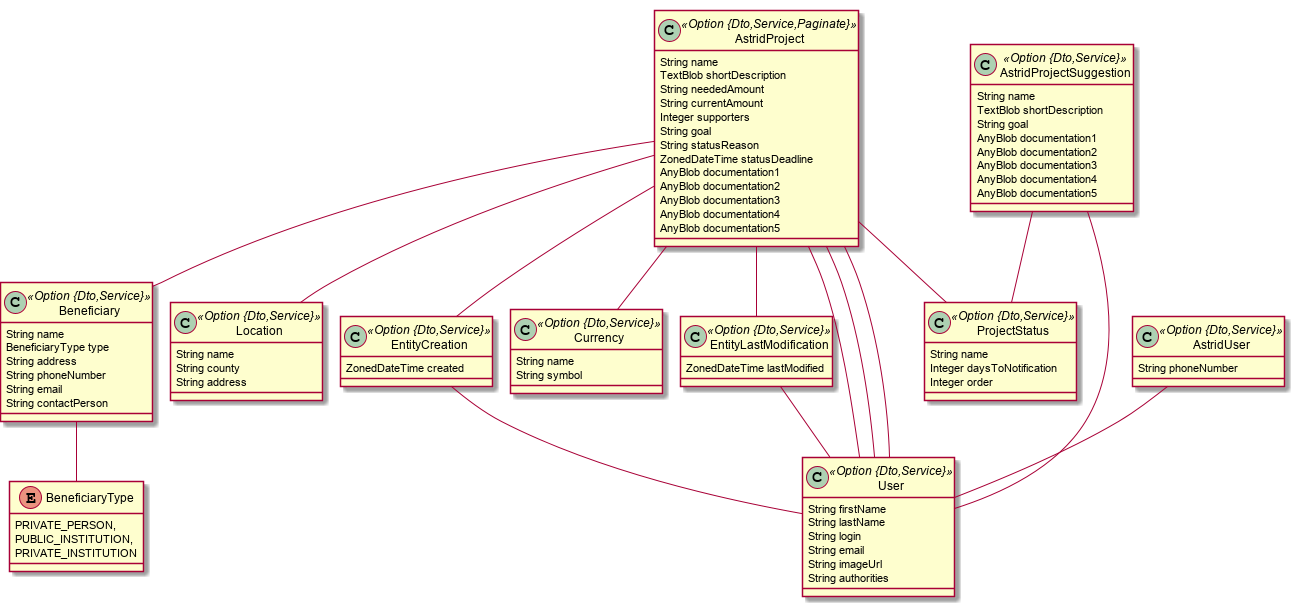
Earlier version of the PlantUML export astrid-diaspora.png (popica14/astrid-diaspora).
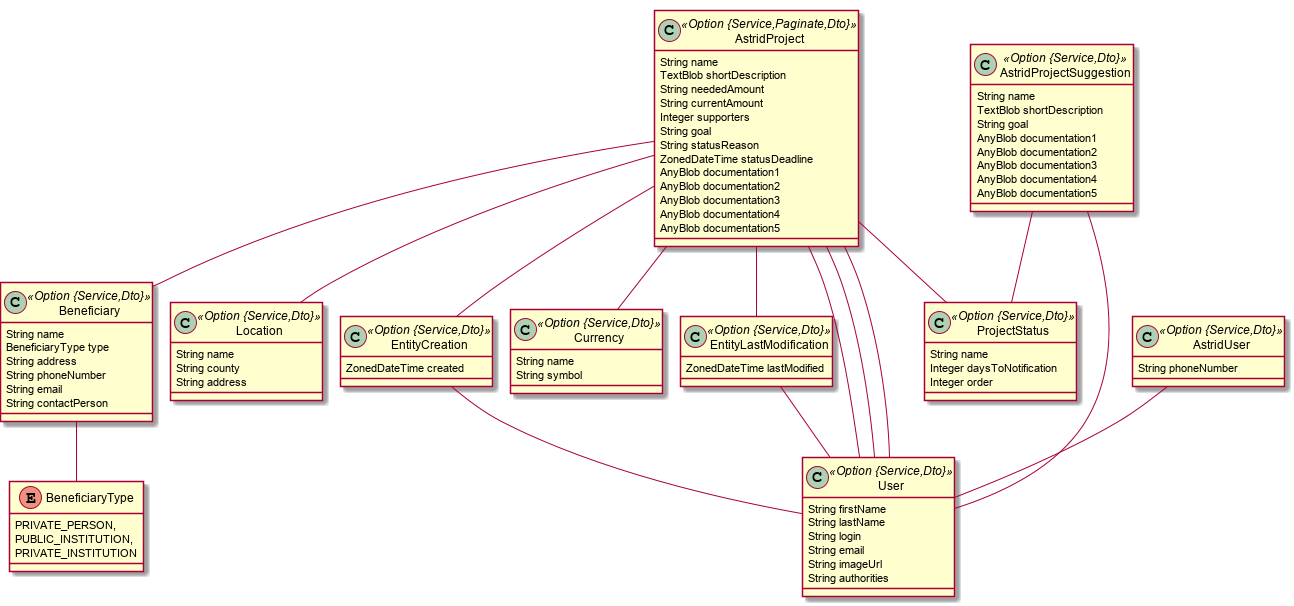
Later version of the same file.

Diff of the diagram source:
```diff
@@ -1,7 +1,7 @@
 @startuml
 	!pragma graphviz_dot jdot
 	!pragma syntax class
-	class AstridProject <<Option {Dto,Service,Paginate}>> {
+	class AstridProject <<Option {Service,Paginate,Dto}>> {
 		String name
 		TextBlob shortDescription
 		String neededAmount
@@ -16,7 +16,7 @@
 		AnyBlob documentation4
 		AnyBlob documentation5
 	}
-	class AstridProjectSuggestion <<Option {Dto,Service}>> {
+	class AstridProjectSuggestion <<Option {Service,Dto}>> {
 		String name
 		TextBlob shortDescription
 		String goal
@@ -26,10 +26,10 @@
 		AnyBlob documentation4
 		AnyBlob documentation5
 	}
-	class AstridUser <<Option {Dto,Service}>> {
+	class AstridUser <<Option {Service,Dto}>> {
 		String phoneNumber
 	}
-	class Beneficiary <<Option {Dto,Service}>> {
+	class Beneficiary <<Option {Service,Dto}>> {
 		String name
 		BeneficiaryType type
 		String address
@@ -38,7 +38,7 @@
 		String contactPerson
 	}
 	Beneficiary ..> BeneficiaryType
-	class Location <<Option {Dto,Service}>> {
+	class Location <<Option {Service,Dto}>> {
 		String name
 		String county
 		String address
@@ -48,19 +48,19 @@
 		PUBLIC_INSTITUTION,
 		PRIVATE_INSTITUTION
 	}
-	class ProjectStatus <<Option {Dto,Service}>> {
+	class ProjectStatus <<Option {Service,Dto}>> {
 		String name
 		Integer daysToNotification
 		Integer order
 	}
-	class EntityCreation <<Option {Dto,Service}>> {
+	class EntityCreation <<Option {Service,Dto}>> {
 		ZonedDateTime created
 	}
-	class Currency <<Option {Dto,Service}>> {
+	class Currency <<Option {Service,Dto}>> {
 		String name
 		String symbol
 	}
-	class EntityLastModification <<Option {Dto,Service}>> {
+	class EntityLastModification <<Option {Service,Dto}>> {
 		ZonedDateTime lastModified
 	}
 	AstridProject  "responsible(login)  1..* " o-- "0..1 "  User
@@ -71,13 +71,13 @@
 	AstridProject  "location(name) 0..* " o-- "0..1 "  Location
 	EntityLastModification  "lastModifiedBy(login)  1..* " o-- "0..1 "  User
 	EntityCreation  "createdBy(login)  1..* " o-- "0..1 "  User
-	AstridProject  "currency(name)  1..* " o-- "0..1 "  Currency
+	AstridProject  "currency(name) 0..* " o-- "0..1 "  Currency
 	AstridProject  "0..1 " -- "0..1 "  EntityCreation
 	AstridProject  "0..1 " -- "0..1 "  EntityLastModification
 	AstridUser  "0..1 " -- "0..1 "  User
 	AstridProject  "implementationTeam(login) 0..* " o--o "0..* "  User
 	AstridProject  "beneficiaries(name) 0..* " o--o "projects(name) 0..* "  Beneficiary
-	class User <<Option {Dto,Service}>> {
+	class User <<Option {Service,Dto}>> {
 		String firstName
 		String lastName
 		String login
```
